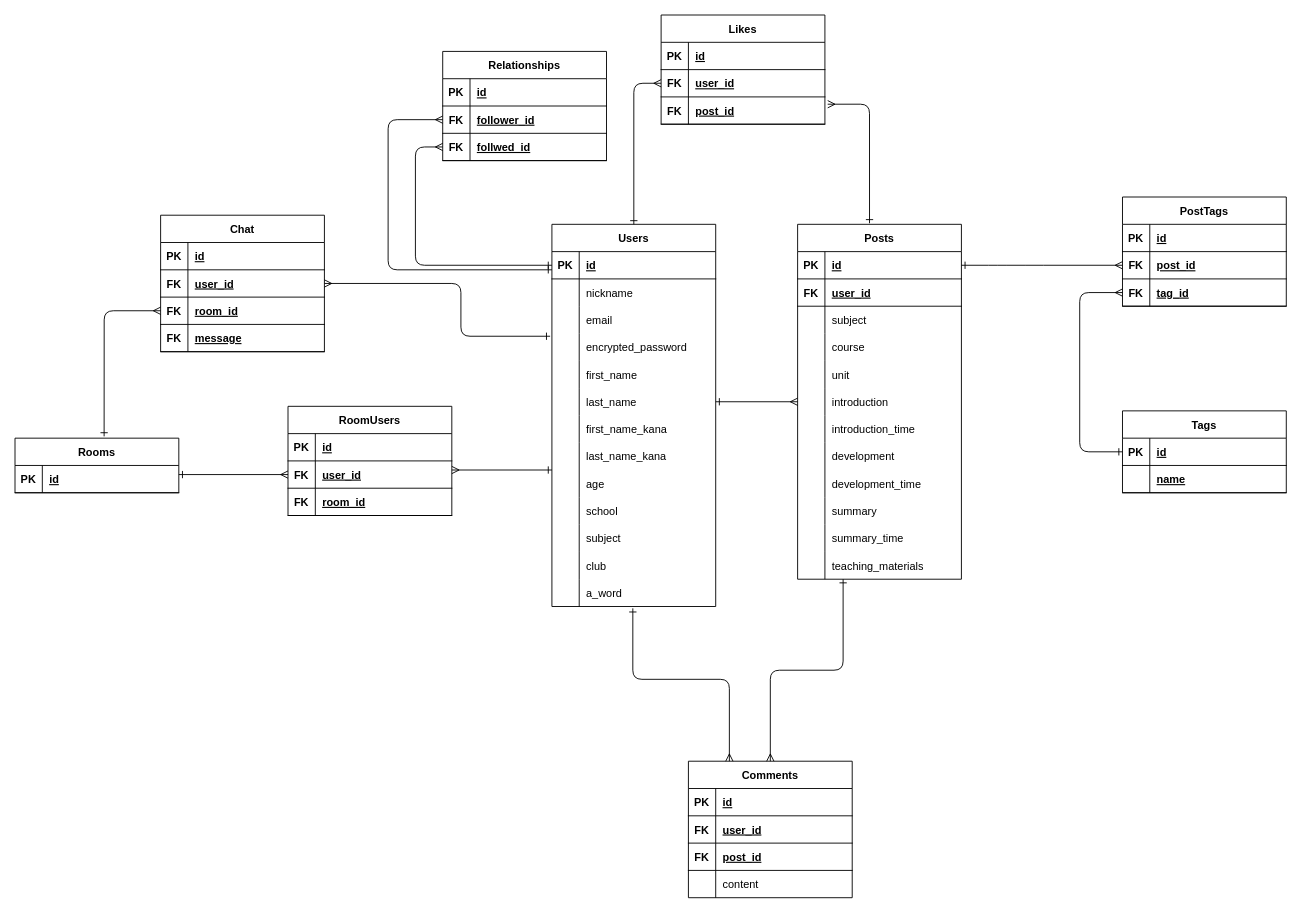
Earlier version of the draw.io diagram kyoyu.dio (honda-gentuki/kyoyu). Source tidied: cells renumbered, new cells numbered last; positions are measured from the earlier drawing's top-left corner, leaving out a move shared by most shapes. Both pictures are drawn from the tidied source at 91%, with x=0, y=0 at pixel (15, 15).
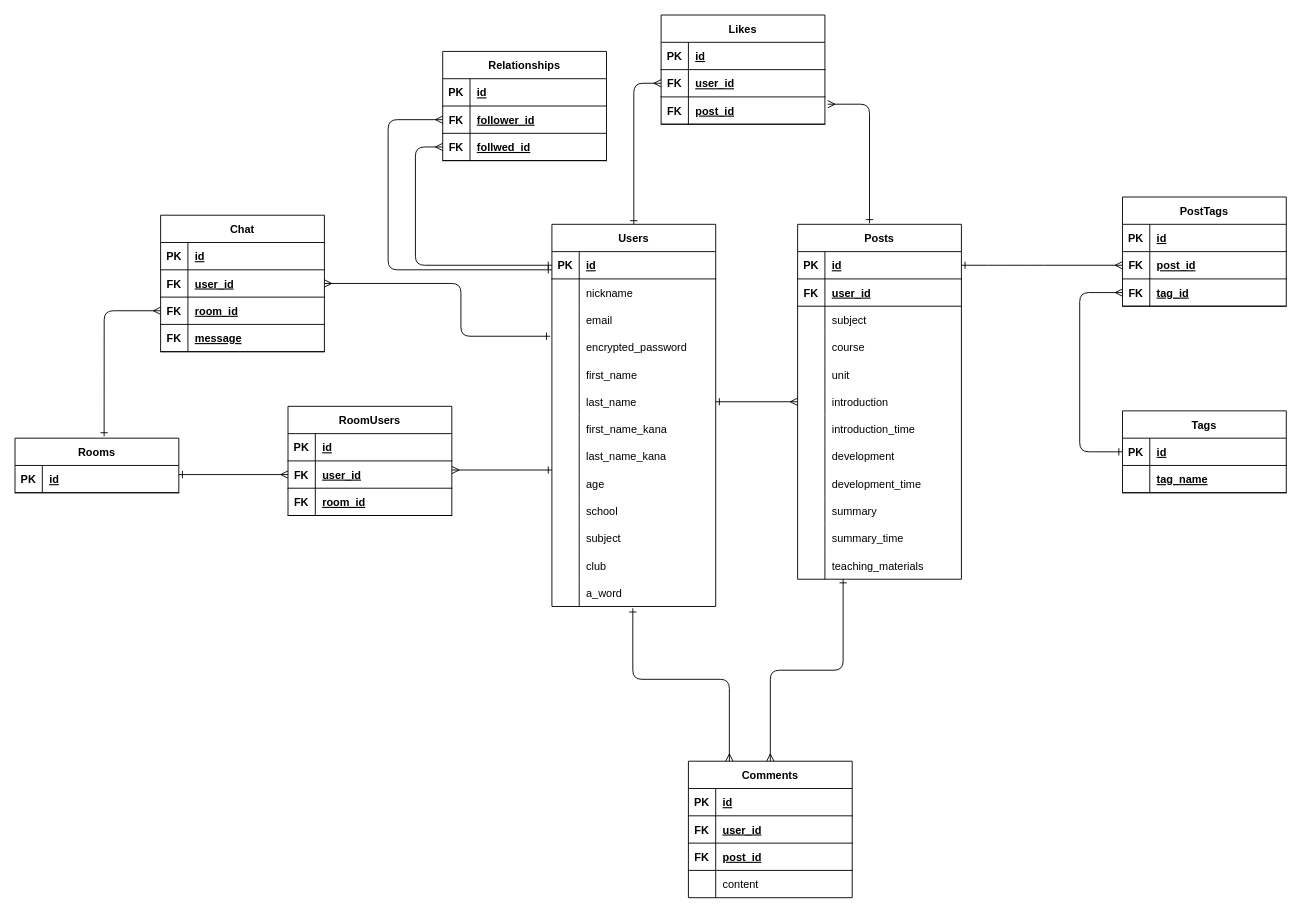
The same page after the edit.

Commit message:
Tagsdioのカラム名変更

Unchanged cells that the change refers to:
```xml
<mxCell id="164" style="shape=partialRectangle;fillColor=none;top=0;left=0;bottom=1;right=0;" parent="160" vertex="1">
  <mxGeometry y="60" width="180" height="30" as="geometry" />
</mxCell>
```

The edit, as a diff of the source:
```diff
@@
-    <mxCell id="166" value="name" style="shape=partialRectangle;fillColor=none;top=0;left=0;bottom=0;right=0;align=left;spacingLeft=6;fontStyle=5;overflow=hidden;" parent="164" vertex="1">
+    <mxCell id="166" value="tag_name" style="shape=partialRectangle;fillColor=none;top=0;left=0;bottom=0;right=0;align=left;spacingLeft=6;fontStyle=5;overflow=hidden;" parent="164" vertex="1">
       <mxGeometry x="30" width="150" height="30" as="geometry" />
     </mxCell>
```
